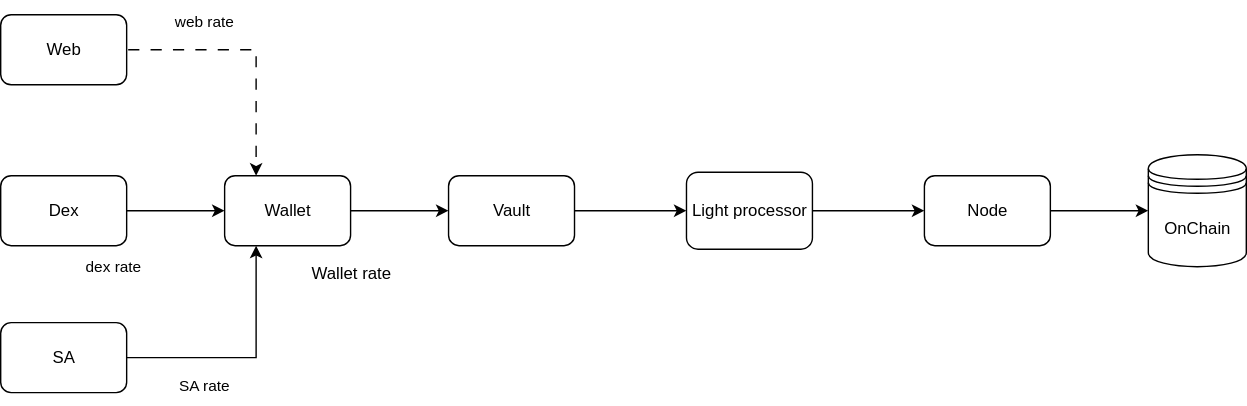
This is customPrac/test.svg from kaihangcai/grafana-flow, a draw.io export, as it was before one commit. Source tidied: cells renumbered, new cells last; positions are measured from the earlier drawing's top-left corner, leaving out a move shared by most shapes.
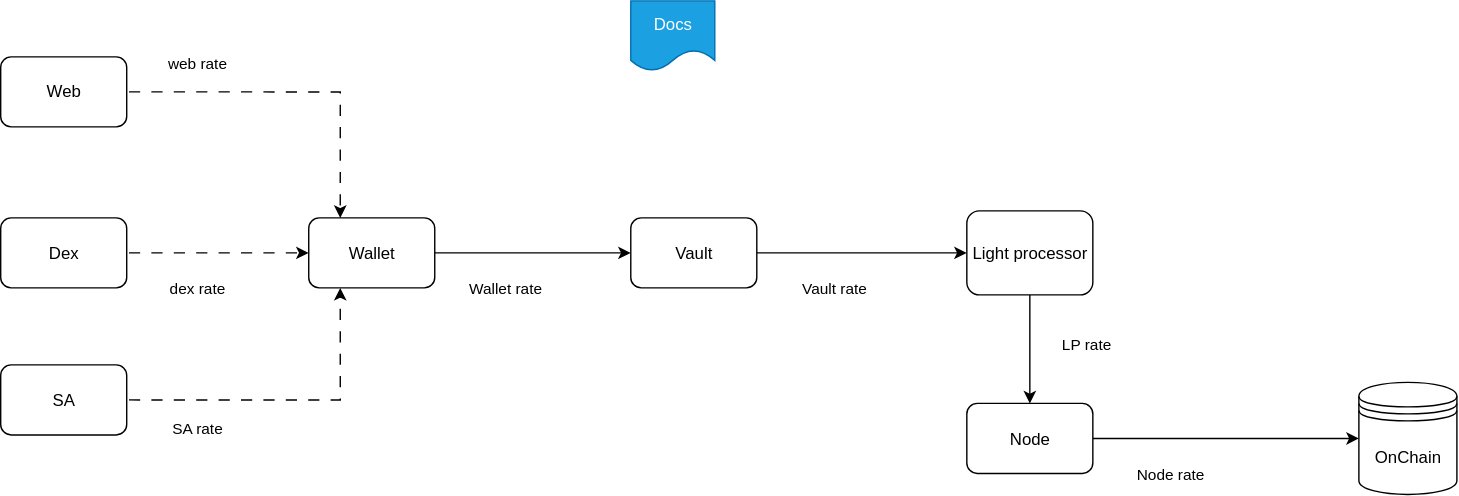
Later version of the same file.

What changed in the source:
```diff
@@ -3,7 +3,7 @@
     <mxCell id="0" />
     <mxCell id="1" parent="0" />
     <mxCell id="2" value="OnChain" style="shape=datastore;whiteSpace=wrap;html=1;" parent="1" vertex="1">
-      <mxGeometry x="820" y="110" width="70" height="80" as="geometry" />
+      <mxGeometry x="970" y="242.5" width="70" height="80" as="geometry" />
     </mxCell>
     <mxCell id="3" style="edgeStyle=orthogonalEdgeStyle;rounded=0;jettySize=auto;html=1;exitX=1;exitY=0.5;exitDx=0;exitDy=0;entryX=0.25;entryY=0;entryDx=0;entryDy=0;flowAnimation=1;" parent="1" edge="1" source="4" target="10">
       <mxGeometry relative="1" as="geometry" />
@@ -11,13 +11,13 @@
     <mxCell id="4" value="Web" style="rounded=1;whiteSpace=wrap;html=1;" parent="1" vertex="1">
       <mxGeometry y="10" width="90" height="50" as="geometry" />
     </mxCell>
-    <mxCell id="5" style="edgeStyle=orthogonalEdgeStyle;rounded=0;jettySize=auto;html=1;exitX=1;exitY=0.5;exitDx=0;exitDy=0;entryX=0;entryY=0.5;entryDx=0;entryDy=0;" parent="1" edge="1" source="6" target="10">
+    <mxCell id="5" style="edgeStyle=orthogonalEdgeStyle;rounded=0;jettySize=auto;html=1;exitX=1;exitY=0.5;exitDx=0;exitDy=0;entryX=0;entryY=0.5;entryDx=0;entryDy=0;flowAnimation=1;" parent="1" edge="1" source="6" target="10">
       <mxGeometry relative="1" as="geometry" />
     </mxCell>
     <mxCell id="6" value="Dex" style="rounded=1;whiteSpace=wrap;html=1;" parent="1" vertex="1">
       <mxGeometry y="125" width="90" height="50" as="geometry" />
     </mxCell>
-    <mxCell id="7" style="edgeStyle=orthogonalEdgeStyle;rounded=0;jettySize=auto;html=1;exitX=1;exitY=0.5;exitDx=0;exitDy=0;entryX=0.25;entryY=1;entryDx=0;entryDy=0;" parent="1" edge="1" source="8" target="10">
+    <mxCell id="7" style="edgeStyle=orthogonalEdgeStyle;rounded=0;jettySize=auto;html=1;exitX=1;exitY=0.5;exitDx=0;exitDy=0;entryX=0.25;entryY=1;entryDx=0;entryDy=0;flowAnimation=1;" parent="1" edge="1" source="8" target="10">
       <mxGeometry relative="1" as="geometry" />
     </mxCell>
     <mxCell id="8" value="SA" style="rounded=1;whiteSpace=wrap;html=1;" parent="1" vertex="1">
@@ -27,37 +27,49 @@
       <mxGeometry relative="1" as="geometry" />
     </mxCell>
     <mxCell id="10" value="Wallet" style="rounded=1;whiteSpace=wrap;html=1;" parent="1" vertex="1">
-      <mxGeometry x="160" y="125" width="90" height="50" as="geometry" />
+      <mxGeometry x="220" y="125" width="90" height="50" as="geometry" />
     </mxCell>
     <mxCell id="11" style="edgeStyle=orthogonalEdgeStyle;rounded=0;jettySize=auto;html=1;" parent="1" edge="1" source="12" target="14">
       <mxGeometry relative="1" as="geometry" />
     </mxCell>
     <mxCell id="12" value="Vault" style="whiteSpace=wrap;html=1;rounded=1;" parent="1" vertex="1">
-      <mxGeometry x="320" y="125" width="90" height="50" as="geometry" />
+      <mxGeometry x="450" y="125" width="90" height="50" as="geometry" />
     </mxCell>
     <mxCell id="13" style="edgeStyle=orthogonalEdgeStyle;rounded=0;jettySize=auto;html=1;" parent="1" edge="1" source="14" target="16">
       <mxGeometry relative="1" as="geometry" />
     </mxCell>
     <mxCell id="14" value="Light processor" style="whiteSpace=wrap;html=1;rounded=1;" parent="1" vertex="1">
-      <mxGeometry x="490" y="122.5" width="90" height="55" as="geometry" />
+      <mxGeometry x="690" y="120" width="90" height="60" as="geometry" />
     </mxCell>
     <mxCell id="15" style="edgeStyle=orthogonalEdgeStyle;rounded=0;jettySize=auto;html=1;" parent="1" edge="1" source="16" target="2">
       <mxGeometry relative="1" as="geometry" />
     </mxCell>
     <mxCell id="16" value="Node" style="whiteSpace=wrap;html=1;rounded=1;" parent="1" vertex="1">
-      <mxGeometry x="660" y="125" width="90" height="50" as="geometry" />
+      <mxGeometry x="690" y="257.5" width="90" height="50" as="geometry" />
     </mxCell>
     <mxCell id="17" value="&lt;font style=&quot;font-size: 11px;&quot;&gt;web rate&lt;/font&gt;" style="text;html=1;align=center;verticalAlign=middle;strokeColor=none;fillColor=none;" parent="1" vertex="1">
-      <mxGeometry x="110" width="70" height="30" as="geometry" />
+      <mxGeometry x="105" width="70" height="30" as="geometry" />
     </mxCell>
     <mxCell id="18" value="&lt;font style=&quot;font-size: 11px;&quot;&gt;dex rate&lt;/font&gt;" style="text;html=1;align=center;verticalAlign=middle;strokeColor=none;fillColor=none;" parent="1" vertex="1">
-      <mxGeometry x="50" y="175" width="60" height="30" as="geometry" />
+      <mxGeometry x="110" y="160" width="60" height="30" as="geometry" />
     </mxCell>
     <mxCell id="19" value="&lt;font style=&quot;font-size: 11px;&quot;&gt;SA rate&lt;/font&gt;" style="text;html=1;align=center;verticalAlign=middle;strokeColor=none;fillColor=none;" parent="1" vertex="1">
-      <mxGeometry x="115" y="260" width="60" height="30" as="geometry" />
+      <mxGeometry x="110" y="260" width="60" height="30" as="geometry" />
     </mxCell>
-    <mxCell id="20" value="Wallet rate" style="text;html=1;align=center;verticalAlign=middle;strokeColor=none;fillColor=none;" parent="1" vertex="1">
-      <mxGeometry x="210" y="180" width="80" height="30" as="geometry" />
+    <mxCell id="20" value="&lt;font style=&quot;font-size: 11px;&quot;&gt;Wallet rate&lt;/font&gt;" style="text;html=1;align=center;verticalAlign=middle;strokeColor=none;fillColor=none;" parent="1" vertex="1">
+      <mxGeometry x="320" y="160" width="80" height="30" as="geometry" />
     </mxCell>
+    <mxCell id="21" value="Docs" style="shape=document;whiteSpace=wrap;html=1;boundedLbl=1;fillColor=#1ba1e2;fontColor=#ffffff;strokeColor=#006EAF;" parent="1" vertex="1">
+      <mxGeometry x="450" y="-30" width="60" height="50" as="geometry" />
+    </mxCell>
+    <mxCell id="22" value="&lt;font style=&quot;font-size: 11px;&quot;&gt;Vault rate&lt;/font&gt;" style="text;html=1;align=center;verticalAlign=middle;strokeColor=none;fillColor=none;" parent="1" vertex="1">
+      <mxGeometry x="560" y="160" width="70" height="30" as="geometry" />
+    </mxCell>
+    <mxCell id="23" value="&lt;font style=&quot;font-size: 11px;&quot;&gt;LP rate&lt;/font&gt;" style="text;html=1;align=center;verticalAlign=middle;strokeColor=none;fillColor=none;" parent="1" vertex="1">
+      <mxGeometry x="745" y="200" width="60" height="30" as="geometry" />
+    </mxCell>
+    <mxCell id="24" value="&lt;font style=&quot;font-size: 11px;&quot;&gt;Node rate&lt;/font&gt;" style="text;html=1;align=center;verticalAlign=middle;strokeColor=none;fillColor=none;" parent="1" vertex="1">
+      <mxGeometry x="800" y="292.5" width="70" height="30" as="geometry" />
+    </mxCell>
   </root>
 </mxGraphModel>
```
